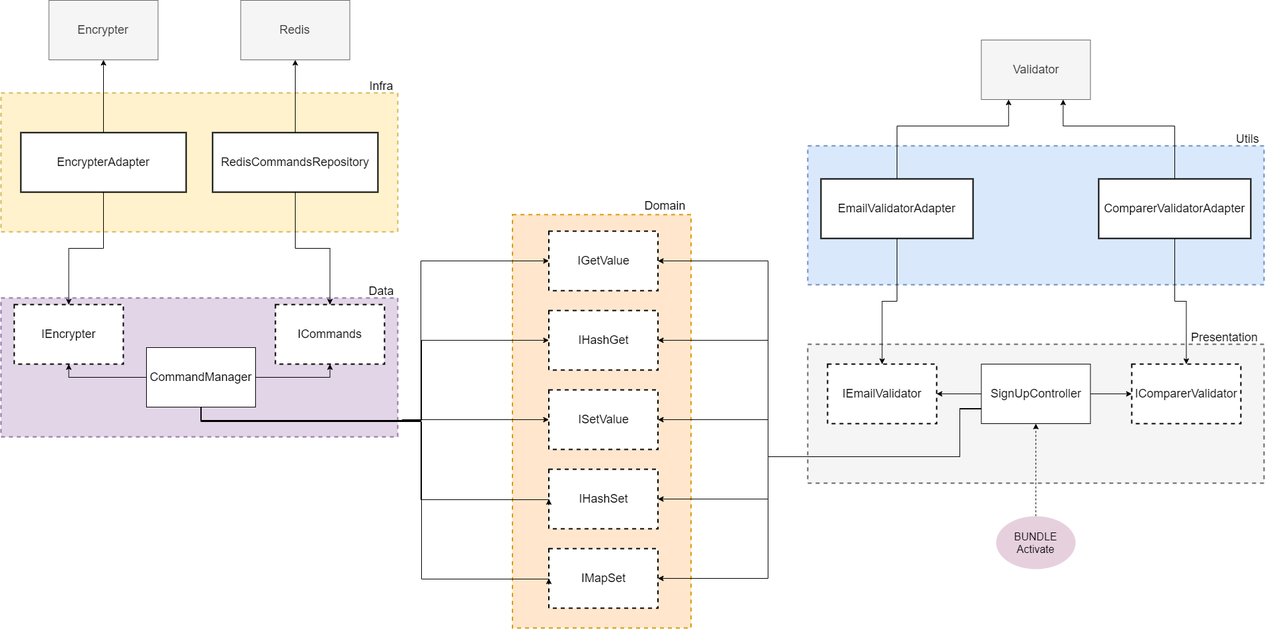
Before: .github/app/.github/Clean_Domain_driven_design_Example.png, a diagram exported from draw.io (JoanPedro/high-availability-redis-karaf). Source tidied: cells renumbered, new cells last; positions are measured from the earlier drawing's top-left corner, leaving out a move shared by most shapes.
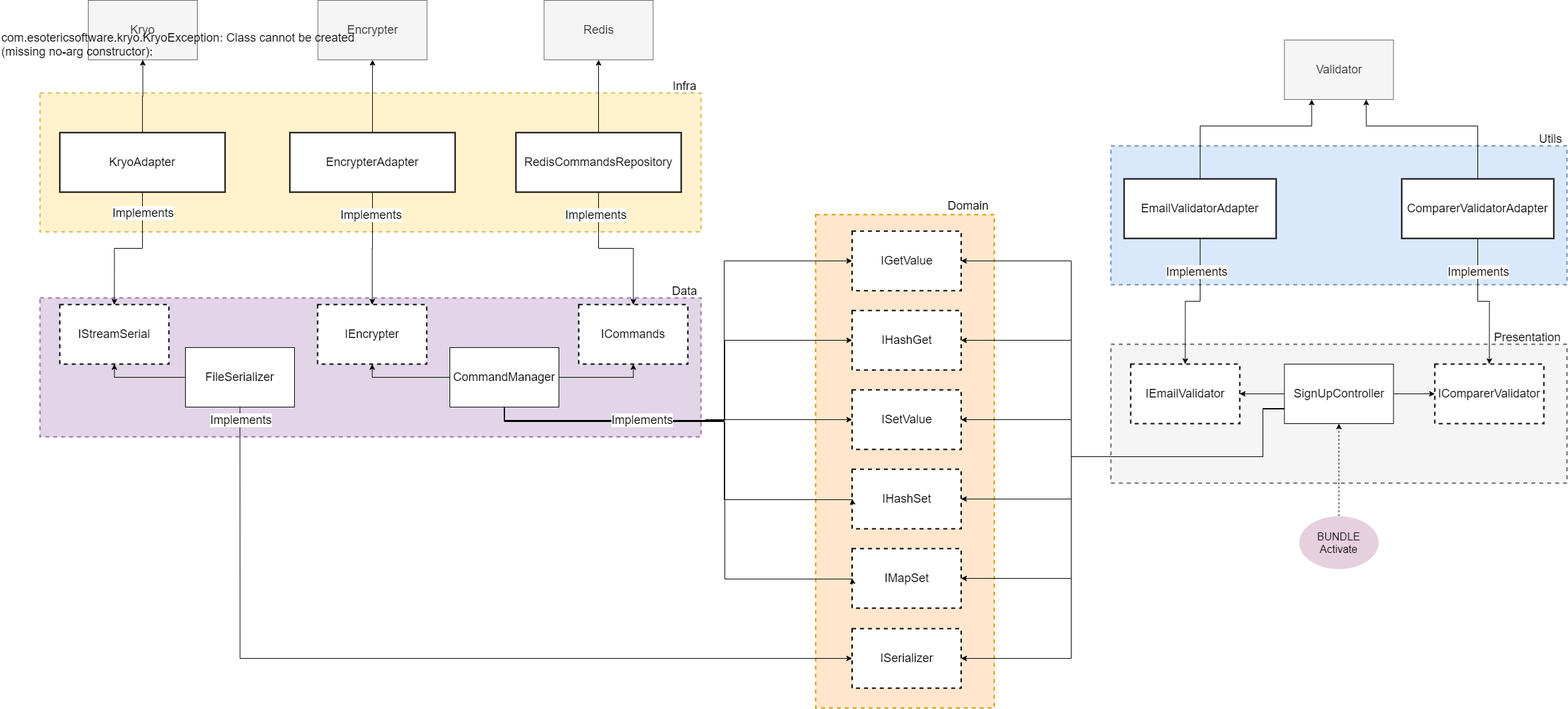
After the change.

The edit, as a diff of the source:
```diff
@@ -6,16 +6,16 @@
       <mxGeometry x="1220" y="520" width="690" height="210" as="geometry" />
     </mxCell>
     <mxCell id="3" style="rounded=0;whiteSpace=wrap;html=1;dashed=1;strokeWidth=2;fillColor=#ffe6cc;strokeColor=#d79b00;" parent="1" vertex="1">
-      <mxGeometry x="773.5" y="324" width="270" height="625" as="geometry" />
+      <mxGeometry x="773.5" y="324" width="270" height="746" as="geometry" />
     </mxCell>
     <mxCell id="4" style="rounded=0;whiteSpace=wrap;html=1;dashed=1;strokeWidth=2;fillColor=#fff2cc;strokeColor=#d6b656;" parent="1" vertex="1">
-      <mxGeometry y="140" width="600" height="210" as="geometry" />
+      <mxGeometry x="-400" y="140" width="1000" height="210" as="geometry" />
     </mxCell>
     <mxCell id="5" style="rounded=0;whiteSpace=wrap;html=1;dashed=1;strokeWidth=2;fillColor=#dae8fc;strokeColor=#6c8ebf;" parent="1" vertex="1">
       <mxGeometry x="1220" y="220" width="690" height="210" as="geometry" />
     </mxCell>
     <mxCell id="6" style="rounded=0;whiteSpace=wrap;html=1;dashed=1;strokeWidth=2;fillColor=#e1d5e7;strokeColor=#9673a6;" parent="1" vertex="1">
-      <mxGeometry y="450" width="600" height="210" as="geometry" />
+      <mxGeometry x="-400" y="450" width="1000" height="210" as="geometry" />
     </mxCell>
     <mxCell id="7" value="&lt;font style=&quot;font-size: 18px&quot;&gt;Presentation&lt;/font&gt;" style="text;html=1;align=center;verticalAlign=middle;" parent="1" vertex="1">
       <mxGeometry x="1790" y="500" width="120" height="20" as="geometry" />
@@ -76,6 +76,16 @@
         </Array>
       </mxGeometry>
     </mxCell>
+    <mxCell id="54" style="edgeStyle=orthogonalEdgeStyle;rounded=0;jettySize=auto;html=1;exitX=0;exitY=0.75;exitDx=0;exitDy=0;entryX=1;entryY=0.5;entryDx=0;entryDy=0;" parent="1" edge="1" source="15" target="56">
+      <mxGeometry relative="1" as="geometry">
+        <Array as="points">
+          <mxPoint x="1450" y="617" />
+          <mxPoint x="1450" y="690" />
+          <mxPoint x="1160" y="690" />
+          <mxPoint x="1160" y="995" />
+        </Array>
+      </mxGeometry>
+    </mxCell>
     <mxCell id="15" value="&lt;font style=&quot;font-size: 18px&quot;&gt;SignUpController&lt;/font&gt;" style="rounded=0;whiteSpace=wrap;html=1;strokeWidth=1;" parent="1" vertex="1">
       <mxGeometry x="1482.5" y="550" width="165" height="90" as="geometry" />
     </mxCell>
@@ -94,6 +104,11 @@
     <mxCell id="20" style="edgeStyle=orthogonalEdgeStyle;rounded=0;jettySize=auto;html=1;exitX=0.5;exitY=1;exitDx=0;exitDy=0;entryX=0.5;entryY=0;entryDx=0;entryDy=0;" parent="1" edge="1" source="22" target="16">
       <mxGeometry relative="1" as="geometry" />
     </mxCell>
+    <mxCell id="55" value="Implements" style="edgeLabel;html=1;align=center;verticalAlign=middle;fontSize=18;" parent="20" vertex="1">
+      <mxGeometry x="-0.05" y="-67" relative="1" as="geometry">
+        <mxPoint x="-1" y="21.9" as="offset" />
+      </mxGeometry>
+    </mxCell>
     <mxCell id="21" style="edgeStyle=orthogonalEdgeStyle;rounded=0;jettySize=auto;html=1;exitX=0.5;exitY=0;exitDx=0;exitDy=0;entryX=0.25;entryY=1;entryDx=0;entryDy=0;" parent="1" edge="1" source="22" target="26">
       <mxGeometry relative="1" as="geometry">
         <Array as="points">
@@ -207,7 +222,7 @@
       <mxGeometry relative="1" as="geometry" />
     </mxCell>
     <mxCell id="47" value="&lt;span style=&quot;font-size: 18px&quot;&gt;EncrypterAdapter&lt;/span&gt;" style="rounded=0;whiteSpace=wrap;html=1;strokeWidth=2;" parent="1" vertex="1">
-      <mxGeometry x="30" y="200" width="250" height="90" as="geometry" />
+      <mxGeometry x="-22" y="200" width="250" height="90" as="geometry" />
     </mxCell>
     <mxCell id="48" style="edgeStyle=orthogonalEdgeStyle;rounded=0;jettySize=auto;html=1;exitX=0.5;exitY=1;exitDx=0;exitDy=0;" parent="1" edge="1" source="50" target="28">
       <mxGeometry relative="1" as="geometry" />
@@ -225,7 +240,55 @@
       <mxGeometry x="362.5" width="165" height="90" as="geometry" />
     </mxCell>
     <mxCell id="53" value="&lt;font style=&quot;font-size: 18px&quot;&gt;Encrypter&lt;/font&gt;" style="rounded=0;whiteSpace=wrap;html=1;strokeWidth=1;fillColor=#f5f5f5;strokeColor=#666666;fontColor=#333333;" parent="1" vertex="1">
-      <mxGeometry x="72.5" width="165" height="90" as="geometry" />
+      <mxGeometry x="20.5" width="165" height="90" as="geometry" />
     </mxCell>
+    <mxCell id="56" value="&lt;span style=&quot;font-size: 18px&quot;&gt;ISerializer&lt;/span&gt;" style="rounded=0;whiteSpace=wrap;html=1;strokeWidth=2;dashed=1;" parent="1" vertex="1">
+      <mxGeometry x="828.5" y="950" width="165" height="90" as="geometry" />
+    </mxCell>
+    <mxCell id="57" style="edgeStyle=orthogonalEdgeStyle;rounded=0;jettySize=auto;html=1;exitX=0;exitY=0.5;exitDx=0;exitDy=0;entryX=0.5;entryY=1;entryDx=0;entryDy=0;" parent="1" edge="1" source="59" target="60">
+      <mxGeometry relative="1" as="geometry" />
+    </mxCell>
+    <mxCell id="58" style="edgeStyle=orthogonalEdgeStyle;rounded=0;jettySize=auto;html=1;exitX=0.5;exitY=1;exitDx=0;exitDy=0;entryX=0;entryY=0.5;entryDx=0;entryDy=0;" parent="1" edge="1" source="59" target="56">
+      <mxGeometry relative="1" as="geometry" />
+    </mxCell>
+    <mxCell id="59" value="&lt;span style=&quot;font-size: 18px&quot;&gt;FileSerializer&lt;/span&gt;" style="rounded=0;whiteSpace=wrap;html=1;strokeWidth=1;" parent="1" vertex="1">
+      <mxGeometry x="-180" y="525" width="165" height="90" as="geometry" />
+    </mxCell>
+    <mxCell id="60" value="&lt;font style=&quot;font-size: 18px&quot;&gt;IStreamSerial&lt;/font&gt;" style="rounded=0;whiteSpace=wrap;html=1;strokeWidth=2;dashed=1;" parent="1" vertex="1">
+      <mxGeometry x="-370" y="460" width="165" height="90" as="geometry" />
+    </mxCell>
+    <mxCell id="61" style="edgeStyle=orthogonalEdgeStyle;rounded=0;jettySize=auto;html=1;exitX=0.5;exitY=1;exitDx=0;exitDy=0;entryX=0.5;entryY=0;entryDx=0;entryDy=0;" parent="1" edge="1" source="63" target="60">
+      <mxGeometry relative="1" as="geometry" />
+    </mxCell>
+    <mxCell id="62" style="edgeStyle=orthogonalEdgeStyle;rounded=0;jettySize=auto;html=1;exitX=0.5;exitY=0;exitDx=0;exitDy=0;entryX=0.5;entryY=1;entryDx=0;entryDy=0;" parent="1" edge="1" source="63" target="64">
+      <mxGeometry relative="1" as="geometry" />
+    </mxCell>
+    <mxCell id="63" value="&lt;span style=&quot;font-size: 18px&quot;&gt;KryoAdapter&lt;/span&gt;" style="rounded=0;whiteSpace=wrap;html=1;strokeWidth=2;" parent="1" vertex="1">
+      <mxGeometry x="-370" y="200" width="250" height="90" as="geometry" />
+    </mxCell>
+    <mxCell id="64" value="&lt;font style=&quot;font-size: 18px&quot;&gt;Kryo&lt;/font&gt;" style="rounded=0;whiteSpace=wrap;html=1;strokeWidth=1;fillColor=#f5f5f5;strokeColor=#666666;fontColor=#333333;" parent="1" vertex="1">
+      <mxGeometry x="-327" width="165" height="90" as="geometry" />
+    </mxCell>
+    <mxCell id="65" value="Implements" style="edgeLabel;html=1;align=center;verticalAlign=middle;fontSize=18;" parent="1" vertex="1">
+      <mxGeometry x="1775" y="410" as="geometry" />
+    </mxCell>
+    <mxCell id="66" value="Implements" style="edgeLabel;html=1;align=center;verticalAlign=middle;fontSize=18;" parent="1" vertex="1">
+      <mxGeometry x="510" y="634" as="geometry" />
+    </mxCell>
+    <mxCell id="67" value="Implements" style="edgeLabel;html=1;align=center;verticalAlign=middle;fontSize=18;" parent="1" vertex="1">
+      <mxGeometry x="-97.5" y="634" as="geometry" />
+    </mxCell>
+    <mxCell id="68" value="Implements" style="edgeLabel;html=1;align=center;verticalAlign=middle;fontSize=18;" parent="1" vertex="1">
+      <mxGeometry x="-245" y="321" as="geometry" />
+    </mxCell>
+    <mxCell id="69" value="Implements" style="edgeLabel;html=1;align=center;verticalAlign=middle;fontSize=18;" parent="1" vertex="1">
+      <mxGeometry x="100" y="324" as="geometry" />
+    </mxCell>
+    <mxCell id="70" value="Implements" style="edgeLabel;html=1;align=center;verticalAlign=middle;fontSize=18;" parent="1" vertex="1">
+      <mxGeometry x="440" y="324" as="geometry" />
+    </mxCell>
+    <mxCell id="71" value="com.esotericsoftware.kryo.KryoException: Class cannot be created (missing no-arg constructor):" style="text;whiteSpace=wrap;html=1;fontSize=18;" parent="1" vertex="1">
+      <mxGeometry x="-460" y="40" width="550" height="60" as="geometry" />
+    </mxCell>
   </root>
 </mxGraphModel>
```
